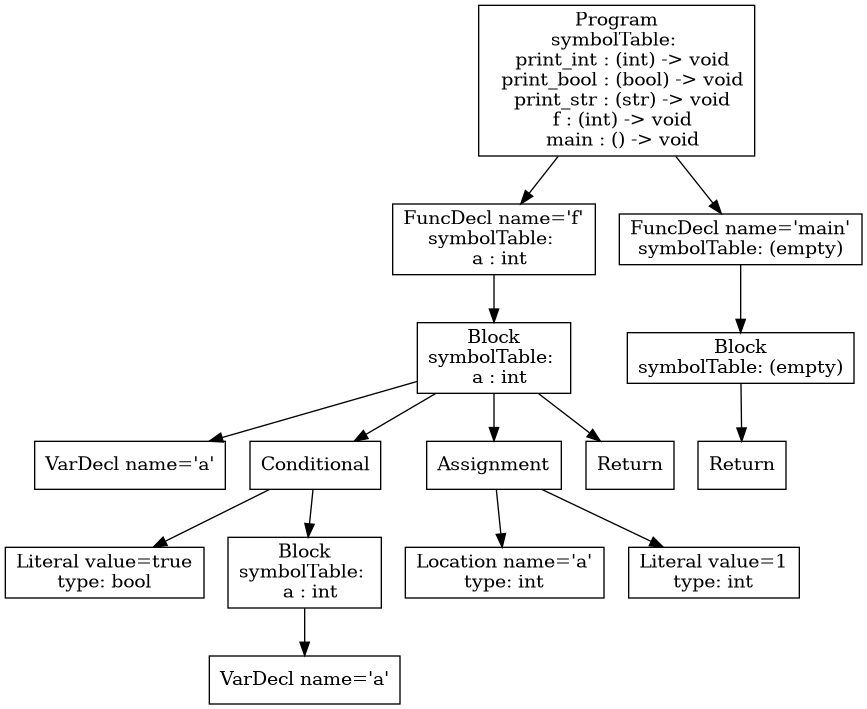
The Graphviz diagram p3-analysis/tree.png in purejerome/cs432_project, before a commit. Its source is kept beside it as p3-analysis/tree.dot.
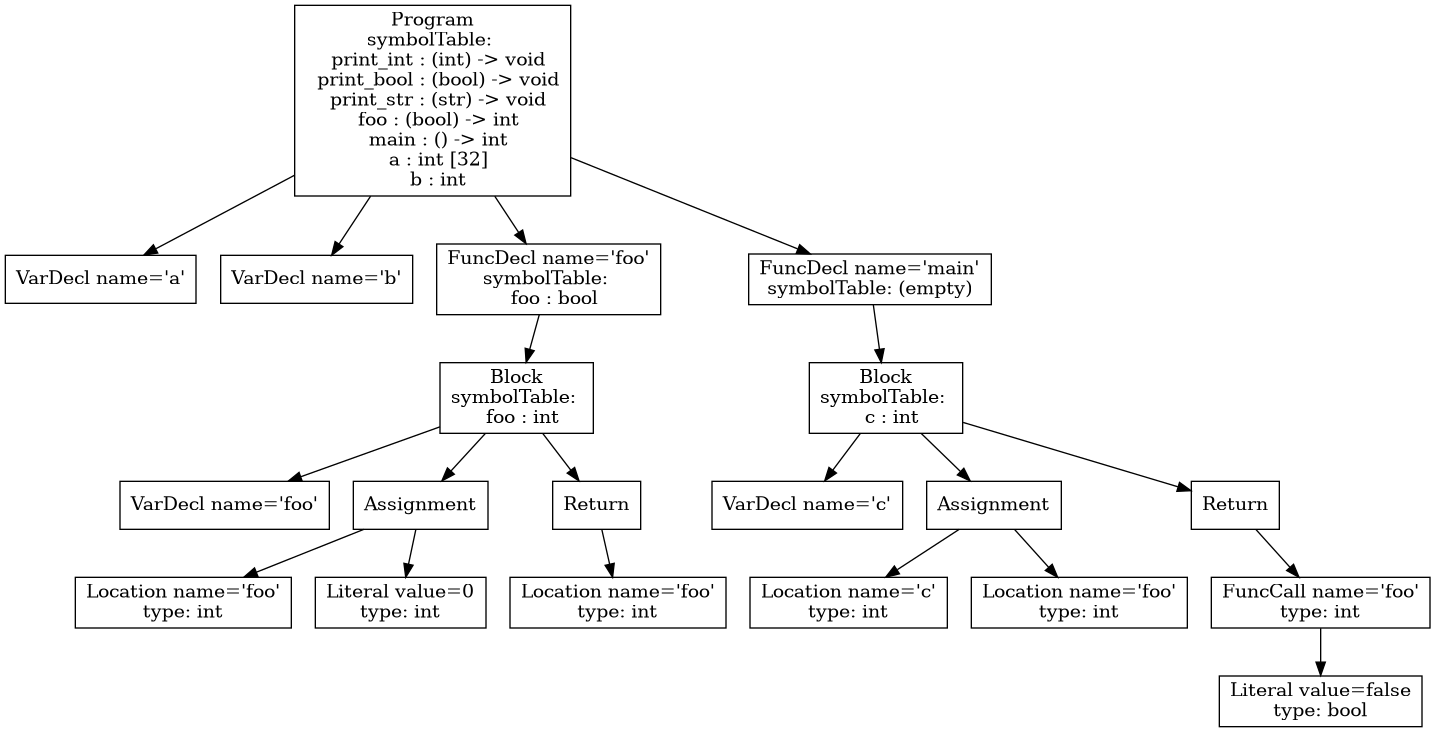
The same diagram one commit later.

Change to the diagram source:
```diff
@@ -1,31 +1,41 @@
 digraph AST {
-3 [shape=box, label="VarDecl name='a'"];
-5 [shape=box, label="Literal value=true\ntype: bool"];
-7 [shape=box, label="VarDecl name='a'"];
-6 [shape=box, label="Block\nsymbolTable: \n  a : int"];
+1 [shape=box, label="VarDecl name='a'"];
+2 [shape=box, label="VarDecl name='b'"];
+5 [shape=box, label="VarDecl name='foo'"];
+7 [shape=box, label="Location name='foo'\ntype: int"];
+8 [shape=box, label="Literal value=0\ntype: int"];
+6 [shape=box, label="Assignment"];
 6 -> 7;
-4 [shape=box, label="Conditional"];
+6 -> 8;
+10 [shape=box, label="Location name='foo'\ntype: int"];
+9 [shape=box, label="Return"];
+9 -> 10;
+4 [shape=box, label="Block\nsymbolTable: \n  foo : int"];
 4 -> 5;
 4 -> 6;
-9 [shape=box, label="Location name='a'\ntype: int"];
-10 [shape=box, label="Literal value=1\ntype: int"];
-8 [shape=box, label="Assignment"];
-8 -> 9;
-8 -> 10;
-11 [shape=box, label="Return"];
-2 [shape=box, label="Block\nsymbolTable: \n  a : int"];
-2 -> 3;
-2 -> 4;
-2 -> 8;
-2 -> 11;
-1 [shape=box, label="FuncDecl name='f'\nsymbolTable: \n  a : int"];
-1 -> 2;
-14 [shape=box, label="Return"];
-13 [shape=box, label="Block\nsymbolTable: (empty)"];
-13 -> 14;
-12 [shape=box, label="FuncDecl name='main'\nsymbolTable: (empty)"];
+4 -> 9;
+3 [shape=box, label="FuncDecl name='foo'\nsymbolTable: \n  foo : bool"];
+3 -> 4;
+13 [shape=box, label="VarDecl name='c'"];
+15 [shape=box, label="Location name='c'\ntype: int"];
+16 [shape=box, label="Location name='foo'\ntype: int"];
+14 [shape=box, label="Assignment"];
+14 -> 15;
+14 -> 16;
+19 [shape=box, label="Literal value=false\ntype: bool"];
+18 [shape=box, label="FuncCall name='foo'\ntype: int"];
+18 -> 19;
+17 [shape=box, label="Return"];
+17 -> 18;
+12 [shape=box, label="Block\nsymbolTable: \n  c : int"];
 12 -> 13;
-0 [shape=box, label="Program\nsymbolTable: \n  print_int : (int) -> void\n  print_bool : (bool) -> void\n  print_str : (str) -> void\n  f : (int) -> void\n  main : () -> void"];
+12 -> 14;
+12 -> 17;
+11 [shape=box, label="FuncDecl name='main'\nsymbolTable: (empty)"];
+11 -> 12;
+0 [shape=box, label="Program\nsymbolTable: \n  print_int : (int) -> void\n  print_bool : (bool) -> void\n  print_str : (str) -> void\n  foo : (bool) -> int\n  main : () -> int\n  a : int [32]\n  b : int"];
 0 -> 1;
-0 -> 12;
+0 -> 2;
+0 -> 3;
+0 -> 11;
 }
```
